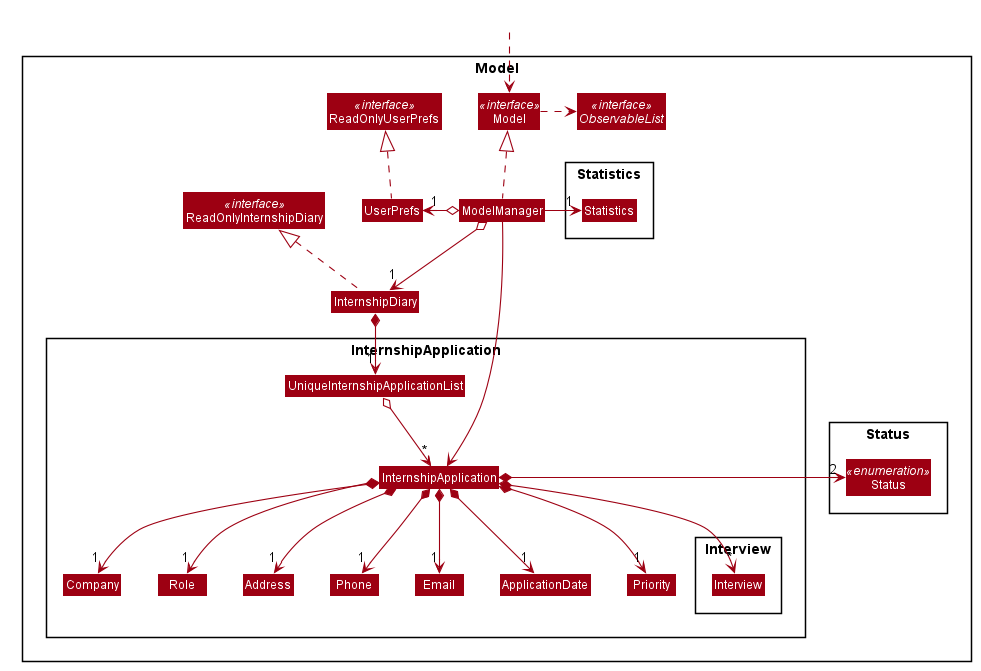
Before: images/ModelClassDiagram.png, a diagram exported from PlantUML (AY1920S2-CS2103T-F10-2/main).
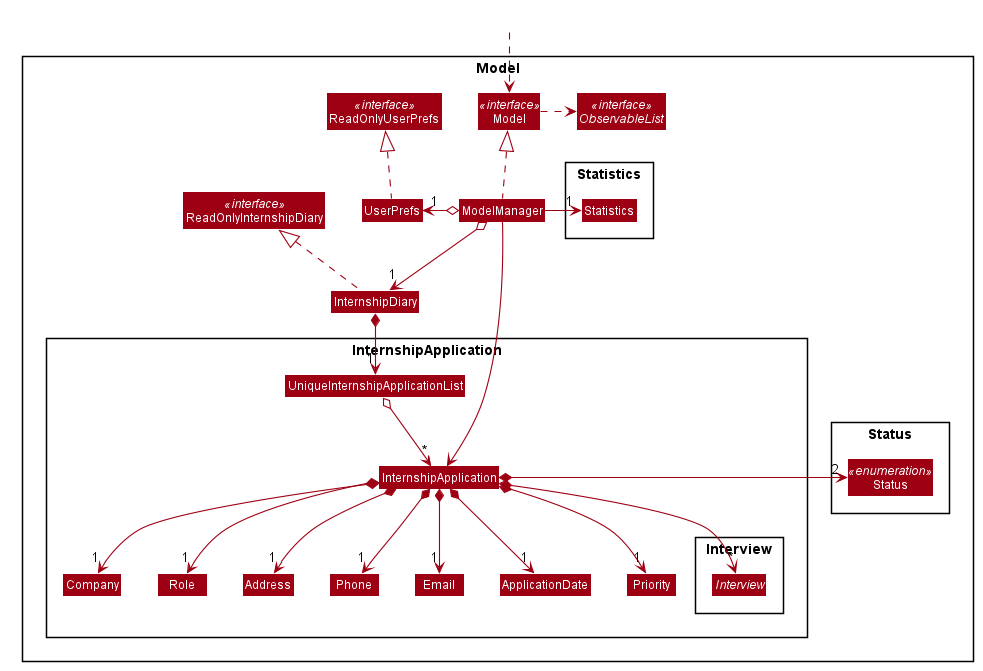
Later version of the same file.

Diff of the diagram source:
```diff
@@ -78,7 +78,7 @@
 Class UniqueInternshipApplicationList
 Class Priority
 Package Interview {
-Class Interview
+Abstract Class Interview
 }
 }
 
```
